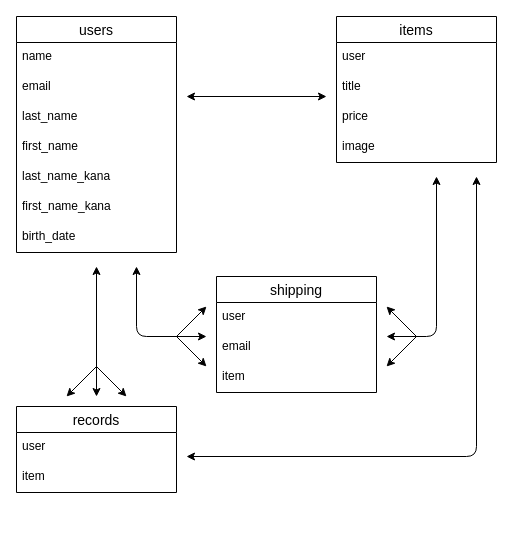
Before: furima.dio in toshikatsu1201/furima-41659, a draw.io diagram. Source tidied: cells renumbered, new cells numbered last; positions are measured from the earlier drawing's top-left corner, leaving out a move shared by most shapes. Both pictures are drawn from the tidied source at 100%, with x=0, y=0 at pixel (16, 16).
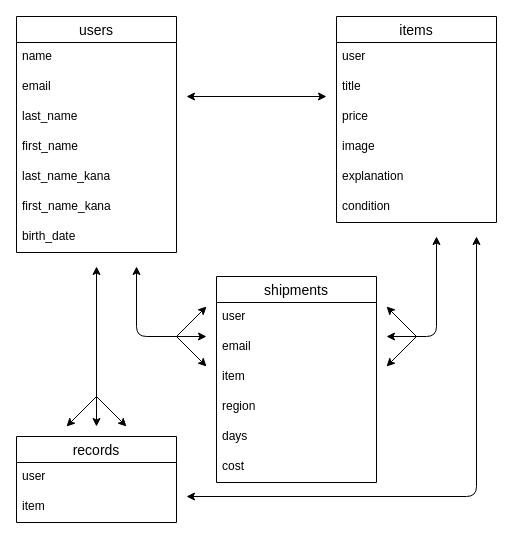
Above is the later version.

Change to the diagram source:
```diff
@@
     <mxCell id="10" value="items" style="swimlane;fontStyle=0;horizontal=1;startSize=26;align=center;fontSize=14;" parent="1" vertex="1">
-      <mxGeometry x="320" width="160" height="146" as="geometry" />
+      <mxGeometry x="320" width="160" height="206" as="geometry" />
     </mxCell>
@@
+    <mxCell id="33" value="explanation" style="text;strokeColor=none;fillColor=none;spacingLeft=4;spacingRight=4;overflow=hidden;fontSize=12;" parent="10" vertex="1">
+      <mxGeometry y="146" width="160" height="30" as="geometry" />
+    </mxCell>
+    <mxCell id="34" value="condition" style="text;strokeColor=none;fillColor=none;spacingLeft=4;spacingRight=4;overflow=hidden;fontSize=12;" parent="10" vertex="1">
+      <mxGeometry y="176" width="160" height="30" as="geometry" />
+    </mxCell>
-    <mxCell id="15" value="shipping" style="swimlane;fontStyle=0;horizontal=1;startSize=26;align=center;fontSize=14;" parent="1" vertex="1">
-      <mxGeometry x="200" y="260" width="160" height="116" as="geometry" />
+    <mxCell id="15" value="shipments" style="swimlane;fontStyle=0;horizontal=1;startSize=26;align=center;fontSize=14;" parent="1" vertex="1">
+      <mxGeometry x="200" y="260" width="160" height="206" as="geometry" />
     </mxCell>
@@
+    <mxCell id="35" value="region" style="text;strokeColor=none;fillColor=none;spacingLeft=4;spacingRight=4;overflow=hidden;fontSize=12;" parent="15" vertex="1">
+      <mxGeometry y="116" width="160" height="30" as="geometry" />
+    </mxCell>
+    <mxCell id="36" value="days" style="text;strokeColor=none;fillColor=none;spacingLeft=4;spacingRight=4;overflow=hidden;fontSize=12;" parent="15" vertex="1">
+      <mxGeometry y="146" width="160" height="30" as="geometry" />
+    </mxCell>
+    <mxCell id="37" value="cost" style="text;strokeColor=none;fillColor=none;spacingLeft=4;spacingRight=4;overflow=hidden;fontSize=12;" parent="15" vertex="1">
+      <mxGeometry y="176" width="160" height="30" as="geometry" />
+    </mxCell>
     <mxCell id="19" value="records" style="swimlane;fontStyle=0;horizontal=1;startSize=26;align=center;fontSize=14;" parent="1" vertex="1">
-      <mxGeometry y="390" width="160" height="86" as="geometry" />
+      <mxGeometry y="420" width="160" height="86" as="geometry" />
     </mxCell>
@@
     <mxCell id="22" style="endArrow=classic;startArrow=classic;html=1;" parent="1" edge="1">
       <mxGeometry relative="1" as="geometry">
-        <mxPoint x="80" y="380" as="sourcePoint" />
+        <mxPoint x="80" y="410" as="sourcePoint" />
         <mxPoint x="80" y="250" as="targetPoint" />
       </mxGeometry>
     </mxCell>
     <mxCell id="23" style="endArrow=classic;html=1;" parent="1" edge="1">
       <mxGeometry relative="1" as="geometry">
-        <mxPoint x="80" y="350" as="sourcePoint" />
-        <mxPoint x="110" y="380" as="targetPoint" />
+        <mxPoint x="80" y="380" as="sourcePoint" />
+        <mxPoint x="110" y="410" as="targetPoint" />
       </mxGeometry>
     </mxCell>
     <mxCell id="24" style="endArrow=classic;html=1;" parent="1" edge="1">
       <mxGeometry relative="1" as="geometry">
-        <mxPoint x="80" y="350" as="sourcePoint" />
-        <mxPoint x="50" y="380" as="targetPoint" />
+        <mxPoint x="80" y="380" as="sourcePoint" />
+        <mxPoint x="50" y="410" as="targetPoint" />
       </mxGeometry>
     </mxCell>
@@
     <mxCell id="29" style="endArrow=classic;startArrow=classic;html=1;" parent="1" edge="1">
       <mxGeometry relative="1" as="geometry">
         <mxPoint x="370" y="320" as="sourcePoint" />
-        <mxPoint x="420" y="160" as="targetPoint" />
+        <mxPoint x="420" y="220" as="targetPoint" />
         <Array as="points">
           <mxPoint x="420" y="320" />
         </Array>
       </mxGeometry>
     </mxCell>
@@
     <mxCell id="32" style="endArrow=classic;startArrow=classic;html=1;" parent="1" edge="1">
       <mxGeometry relative="1" as="geometry">
-        <mxPoint x="170" y="440" as="sourcePoint" />
-        <mxPoint x="460" y="160" as="targetPoint" />
+        <mxPoint x="170" y="480" as="sourcePoint" />
+        <mxPoint x="460" y="220" as="targetPoint" />
         <Array as="points">
-          <mxPoint x="460" y="440" />
+          <mxPoint x="460" y="480" />
         </Array>
       </mxGeometry>
     </mxCell>
```
